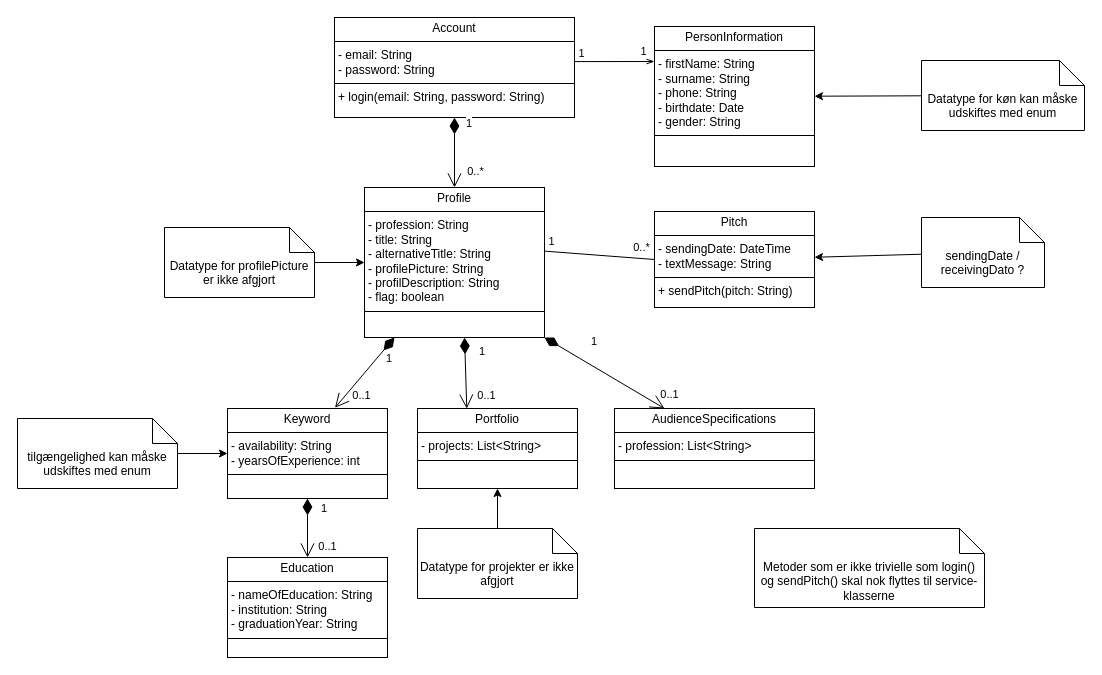
Earlier version of the draw.io diagram Hovedopgaven/Bilag/1. Forundersøgelse/Design klassediagram - EN.drawio (erikato-git/Hovedopgaven_LinkUp). Source tidied: cells renumbered, new cells numbered last; positions are measured from the earlier drawing's top-left corner, leaving out a move shared by most shapes. Both pictures are drawn from the tidied source at 100%, with x=0, y=0 at pixel (17, 17).
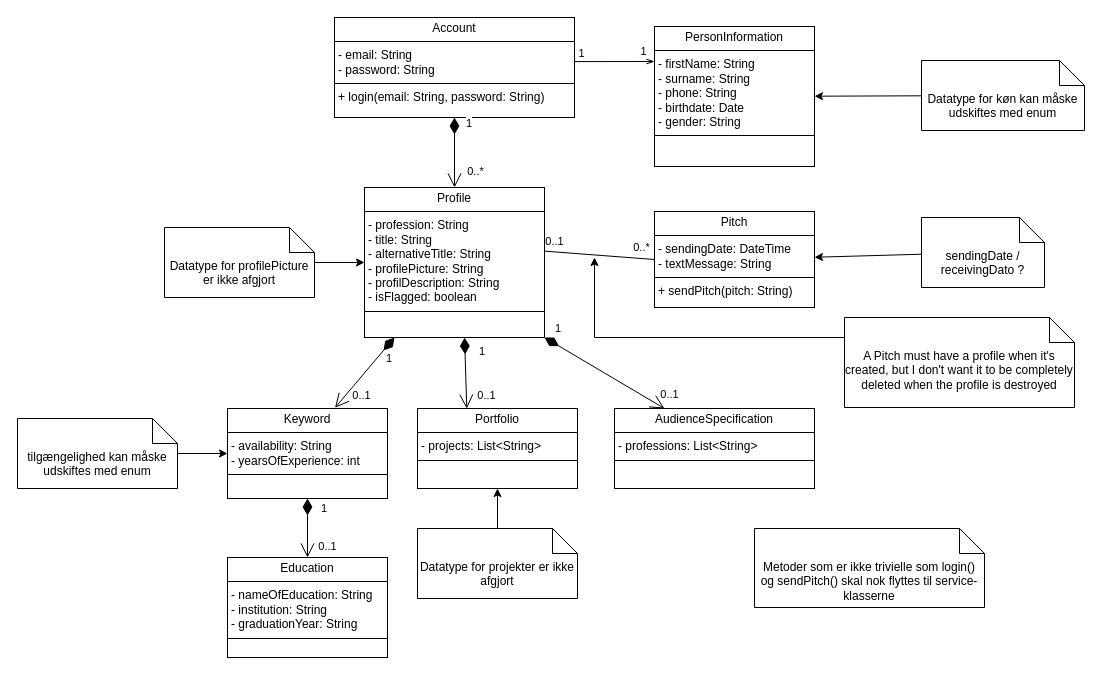
After the change.

Unchanged cells that the change refers to:
```xml
<mxCell id="17" style="html=1;endArrow=none;elbow=vertical;rounded=0;exitX=0.998;exitY=0.424;exitDx=0;exitDy=0;exitPerimeter=0;entryX=0;entryY=0.5;entryDx=0;entryDy=0;" parent="1" edge="1" source="5" target="14">
  <mxGeometry relative="1" as="geometry" />
</mxCell>
```

The edit, as a diff of the source:
```diff
@@
-    <mxCell id="5" value="&lt;p style=&quot;margin:0px;margin-top:4px;text-align:center;&quot;&gt;Profile&lt;/p&gt;&lt;hr size=&quot;1&quot; style=&quot;border-style:solid;&quot;&gt;&lt;p style=&quot;margin:0px;margin-left:4px;&quot;&gt;- profession: String&lt;br&gt;- title: String&lt;/p&gt;&lt;p style=&quot;margin:0px;margin-left:4px;&quot;&gt;- alternativeTitle: String&lt;/p&gt;&lt;p style=&quot;margin:0px;margin-left:4px;&quot;&gt;- profilePicture: String&lt;/p&gt;&lt;p style=&quot;margin:0px;margin-left:4px;&quot;&gt;- profilDescription: String&lt;/p&gt;&lt;p style=&quot;margin:0px;margin-left:4px;&quot;&gt;- flag: boolean&lt;/p&gt;&lt;hr size=&quot;1&quot; style=&quot;border-style:solid;&quot;&gt;&lt;p style=&quot;margin:0px;margin-left:4px;&quot;&gt;&lt;br&gt;&lt;/p&gt;" style="verticalAlign=top;align=left;overflow=fill;html=1;whiteSpace=wrap;" parent="1" vertex="1">
+    <mxCell id="5" value="&lt;p style=&quot;margin:0px;margin-top:4px;text-align:center;&quot;&gt;Profile&lt;/p&gt;&lt;hr size=&quot;1&quot; style=&quot;border-style:solid;&quot;&gt;&lt;p style=&quot;margin:0px;margin-left:4px;&quot;&gt;- profession: String&lt;br&gt;- title: String&lt;/p&gt;&lt;p style=&quot;margin:0px;margin-left:4px;&quot;&gt;- alternativeTitle: String&lt;/p&gt;&lt;p style=&quot;margin:0px;margin-left:4px;&quot;&gt;- profilePicture: String&lt;/p&gt;&lt;p style=&quot;margin:0px;margin-left:4px;&quot;&gt;- profilDescription: String&lt;/p&gt;&lt;p style=&quot;margin:0px;margin-left:4px;&quot;&gt;- isFlagged: boolean&lt;/p&gt;&lt;hr size=&quot;1&quot; style=&quot;border-style:solid;&quot;&gt;&lt;p style=&quot;margin:0px;margin-left:4px;&quot;&gt;&lt;br&gt;&lt;/p&gt;" style="verticalAlign=top;align=left;overflow=fill;html=1;whiteSpace=wrap;" parent="1" vertex="1">
       <mxGeometry x="347" y="170" width="180" height="150" as="geometry" />
     </mxCell>
@@
-    <mxCell id="19" value="1" style="edgeLabel;html=1;align=center;verticalAlign=middle;" parent="17" vertex="1">
+    <mxCell id="19" value="0..1" style="edgeLabel;html=1;align=center;verticalAlign=middle;" parent="17" vertex="1">
       <mxGeometry x="-0.74" y="1" relative="1" as="geometry">
-        <mxPoint x="-7" y="-10" as="offset" />
+        <mxPoint x="-4" y="-10" as="offset" />
       </mxGeometry>
     </mxCell>
@@
-    <mxCell id="30" value="&lt;p style=&quot;margin:0px;margin-top:4px;text-align:center;&quot;&gt;AudienceSpecifications&lt;/p&gt;&lt;hr size=&quot;1&quot; style=&quot;border-style:solid;&quot;&gt;&lt;p style=&quot;margin:0px;margin-left:4px;&quot;&gt;- profession: List&amp;lt;String&amp;gt;&lt;/p&gt;&lt;hr size=&quot;1&quot; style=&quot;border-style:solid;&quot;&gt;&lt;p style=&quot;margin:0px;margin-left:4px;&quot;&gt;&lt;br&gt;&lt;/p&gt;" style="verticalAlign=top;align=left;overflow=fill;html=1;whiteSpace=wrap;" parent="1" vertex="1">
+    <mxCell id="30" value="&lt;p style=&quot;margin:0px;margin-top:4px;text-align:center;&quot;&gt;AudienceSpecification&lt;/p&gt;&lt;hr size=&quot;1&quot; style=&quot;border-style:solid;&quot;&gt;&lt;p style=&quot;margin:0px;margin-left:4px;&quot;&gt;- professions: List&amp;lt;String&amp;gt;&lt;/p&gt;&lt;hr size=&quot;1&quot; style=&quot;border-style:solid;&quot;&gt;&lt;p style=&quot;margin:0px;margin-left:4px;&quot;&gt;&lt;br&gt;&lt;/p&gt;" style="verticalAlign=top;align=left;overflow=fill;html=1;whiteSpace=wrap;" parent="1" vertex="1">
       <mxGeometry x="597" y="391" width="200" height="80" as="geometry" />
     </mxCell>
     <mxCell id="31" value="1" style="endArrow=open;html=1;endSize=12;startArrow=diamondThin;startSize=14;startFill=1;align=left;verticalAlign=bottom;rounded=0;entryX=0.25;entryY=0;entryDx=0;entryDy=0;exitX=1;exitY=1;exitDx=0;exitDy=0;" parent="1" edge="1" source="5" target="30">
-      <mxGeometry x="-0.36" y="12" relative="1" as="geometry" />
+      <mxGeometry x="-0.88" y="5" relative="1" as="geometry" />
     </mxCell>
@@
+    <mxCell id="37" style="edgeStyle=orthogonalEdgeStyle;rounded=0;jettySize=auto;html=1;" parent="1" edge="1" source="38">
+      <mxGeometry relative="1" as="geometry">
+        <mxPoint x="577" y="240" as="targetPoint" />
+        <Array as="points">
+          <mxPoint x="577" y="320" />
+        </Array>
+      </mxGeometry>
+    </mxCell>
+    <mxCell id="38" value="A Pitch must have a profile when it's created, but I don't want it to be completely deleted when the profile is destroyed" style="shape=note2;boundedLbl=1;whiteSpace=wrap;html=1;size=25;verticalAlign=top;align=center;" parent="1" vertex="1">
+      <mxGeometry x="827" y="300" width="230" height="90" as="geometry" />
+    </mxCell>
```
